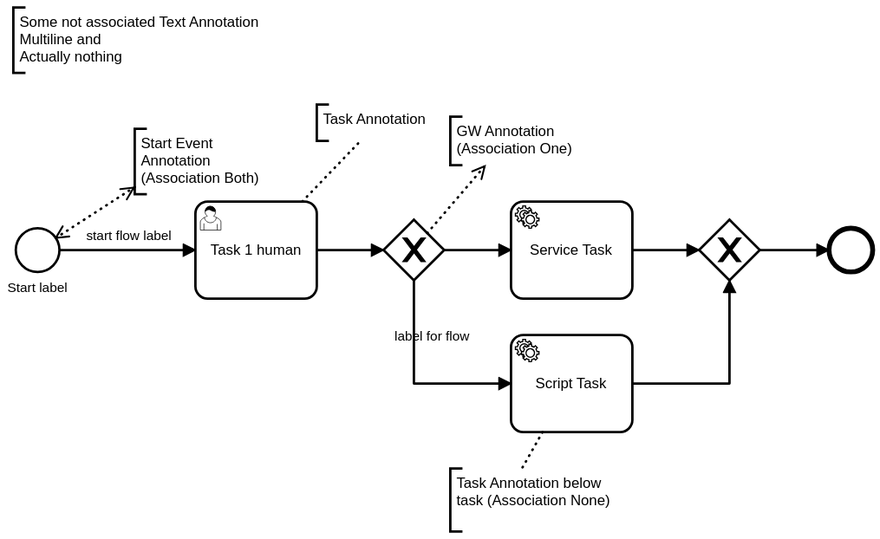
process-analytics/bpmn-visualization-examples keeps this BPMN diagram as bpmn-files/text_annotations__bpmnio.svg. Above is the earlier version. Its source is kept beside it as bpmn-files/text_annotations__bpmnio.bpmn. Ids are renumbered. Source of this version:
```xml
<bpmn:definitions xmlns:xsi="http://www.w3.org/2001/XMLSchema-instance" xmlns:bpmn="http://www.omg.org/spec/BPMN/20100524/MODEL" xmlns:bpmndi="http://www.omg.org/spec/BPMN/20100524/DI" xmlns:dc="http://www.omg.org/spec/DD/20100524/DC" xmlns:di="http://www.omg.org/spec/DD/20100524/DI" id="Definitions_n1" targetNamespace="http://bpmn.io/schema/bpmn" exporter="bpmn-js (https://demo.bpmn.io)" exporterVersion="7.2.0">
  <bpmn:process id="Process_n2" isExecutable="false">
    <bpmn:startEvent id="StartEvent_n3" name="Start label">
      <bpmn:outgoing>Flow_n4</bpmn:outgoing>
    </bpmn:startEvent>
    <bpmn:sequenceFlow id="Flow_n4" name="start flow label" sourceRef="StartEvent_n3" targetRef="Activity_n5" />
    <bpmn:exclusiveGateway id="Gateway_n6">
      <bpmn:incoming>Flow_n7</bpmn:incoming>
      <bpmn:outgoing>Flow_n8</bpmn:outgoing>
      <bpmn:outgoing>Flow_n9</bpmn:outgoing>
    </bpmn:exclusiveGateway>
    <bpmn:sequenceFlow id="Flow_n7" sourceRef="Activity_n5" targetRef="Gateway_n6" />
    <bpmn:sequenceFlow id="Flow_n8" sourceRef="Gateway_n6" targetRef="Activity_n10" />
    <bpmn:sequenceFlow id="Flow_n9" name="label for flow" sourceRef="Gateway_n6" targetRef="Activity_n11" />
    <bpmn:exclusiveGateway id="Gateway_n12">
      <bpmn:incoming>Flow_n13</bpmn:incoming>
      <bpmn:incoming>Flow_n14</bpmn:incoming>
      <bpmn:outgoing>Flow_n15</bpmn:outgoing>
    </bpmn:exclusiveGateway>
    <bpmn:sequenceFlow id="Flow_n13" sourceRef="Activity_n11" targetRef="Gateway_n12" />
    <bpmn:sequenceFlow id="Flow_n14" sourceRef="Activity_n10" targetRef="Gateway_n12" />
    <bpmn:endEvent id="Event_n16">
      <bpmn:incoming>Flow_n15</bpmn:incoming>
    </bpmn:endEvent>
    <bpmn:sequenceFlow id="Flow_n15" sourceRef="Gateway_n12" targetRef="Event_n16" />
    <bpmn:userTask id="Activity_n5" name="Task 1 human">
      <bpmn:incoming>Flow_n4</bpmn:incoming>
      <bpmn:outgoing>Flow_n7</bpmn:outgoing>
    </bpmn:userTask>
    <bpmn:serviceTask id="Activity_n10" name="Service Task">
      <bpmn:incoming>Flow_n8</bpmn:incoming>
      <bpmn:outgoing>Flow_n14</bpmn:outgoing>
    </bpmn:serviceTask>
    <bpmn:serviceTask id="Activity_n11" name="Script Task">
      <bpmn:incoming>Flow_n9</bpmn:incoming>
      <bpmn:outgoing>Flow_n13</bpmn:outgoing>
    </bpmn:serviceTask>
    <bpmn:textAnnotation id="TextAnnotation_n17">
      <bpmn:text>Task Annotation</bpmn:text>
    </bpmn:textAnnotation>
    <bpmn:association id="Association_n18" sourceRef="Activity_n5" targetRef="TextAnnotation_n17" />
    <bpmn:textAnnotation id="TextAnnotation_n19">
      <bpmn:text>Some not associated Text Annotation
Multiline and
Actually nothing</bpmn:text>
    </bpmn:textAnnotation>
    <bpmn:textAnnotation id="TextAnnotation_n20">
      <bpmn:text>Start Event Annotation (Association Both)</bpmn:text>
    </bpmn:textAnnotation>
    <bpmn:association id="Association_n21" associationDirection="Both" sourceRef="StartEvent_n3" targetRef="TextAnnotation_n20" />
    <bpmn:textAnnotation id="TextAnnotation_n22">
      <bpmn:text>GW Annotation (Association One)</bpmn:text>
    </bpmn:textAnnotation>
    <bpmn:association id="Association_n23" associationDirection="One" sourceRef="Gateway_n6" targetRef="TextAnnotation_n22" />
    <bpmn:textAnnotation id="TextAnnotation_n24">
      <bpmn:text>Task Annotation below task (Association None)</bpmn:text>
    </bpmn:textAnnotation>
    <bpmn:association id="Association_n25" associationDirection="None" sourceRef="Activity_n11" targetRef="TextAnnotation_n24" />
  </bpmn:process>
  <bpmndi:BPMNDiagram id="BPMNDiagram_1">
    <bpmndi:BPMNPlane id="BPMNPlane_1" bpmnElement="Process_n2">
      <bpmndi:BPMNEdge id="Flow_n15_di" bpmnElement="Flow_n15">
        <di:waypoint x="795" y="280" />
        <di:waypoint x="852" y="280" />
      </bpmndi:BPMNEdge>
      <bpmndi:BPMNEdge id="Flow_n14_di" bpmnElement="Flow_n14">
        <di:waypoint x="690" y="280" />
        <di:waypoint x="745" y="280" />
      </bpmndi:BPMNEdge>
      <bpmndi:BPMNEdge id="Flow_n13_di" bpmnElement="Flow_n13">
        <di:waypoint x="690" y="390" />
        <di:waypoint x="770" y="390" />
        <di:waypoint x="770" y="305" />
      </bpmndi:BPMNEdge>
      <bpmndi:BPMNEdge id="Flow_n9_di" bpmnElement="Flow_n9">
        <di:waypoint x="510" y="305" />
        <di:waypoint x="510" y="390" />
        <di:waypoint x="590" y="390" />
        <bpmndi:BPMNLabel>
          <dc:Bounds x="494" y="345" width="63" height="14" />
        </bpmndi:BPMNLabel>
      </bpmndi:BPMNEdge>
      <bpmndi:BPMNEdge id="Flow_n8_di" bpmnElement="Flow_n8">
        <di:waypoint x="535" y="280" />
        <di:waypoint x="590" y="280" />
      </bpmndi:BPMNEdge>
      <bpmndi:BPMNEdge id="Flow_n7_di" bpmnElement="Flow_n7">
        <di:waypoint x="430" y="280" />
        <di:waypoint x="485" y="280" />
      </bpmndi:BPMNEdge>
      <bpmndi:BPMNEdge id="Flow_n4_di" bpmnElement="Flow_n4">
        <di:waypoint x="218" y="280" />
        <di:waypoint x="330" y="280" />
        <bpmndi:BPMNLabel>
          <dc:Bounds x="240" y="262" width="71" height="14" />
        </bpmndi:BPMNLabel>
      </bpmndi:BPMNEdge>
      <bpmndi:BPMNShape id="_BPMNShape_StartEvent_2" bpmnElement="StartEvent_n3">
        <dc:Bounds x="182" y="262" width="36" height="36" />
        <bpmndi:BPMNLabel>
          <dc:Bounds x="175" y="305" width="51" height="14" />
        </bpmndi:BPMNLabel>
      </bpmndi:BPMNShape>
      <bpmndi:BPMNShape id="Gateway_n6_di" bpmnElement="Gateway_n6" isMarkerVisible="true">
        <dc:Bounds x="485" y="255" width="50" height="50" />
      </bpmndi:BPMNShape>
      <bpmndi:BPMNShape id="Gateway_n12_di" bpmnElement="Gateway_n12" isMarkerVisible="true">
        <dc:Bounds x="745" y="255" width="50" height="50" />
      </bpmndi:BPMNShape>
      <bpmndi:BPMNShape id="Event_n16_di" bpmnElement="Event_n16">
        <dc:Bounds x="852" y="262" width="36" height="36" />
      </bpmndi:BPMNShape>
      <bpmndi:BPMNShape id="Activity_0t5qu2v_di" bpmnElement="Activity_n5">
        <dc:Bounds x="330" y="240" width="100" height="80" />
      </bpmndi:BPMNShape>
      <bpmndi:BPMNShape id="Activity_0w6jspq_di" bpmnElement="Activity_n10">
        <dc:Bounds x="590" y="240" width="100" height="80" />
      </bpmndi:BPMNShape>
      <bpmndi:BPMNShape id="Activity_07ukzs4_di" bpmnElement="Activity_n11">
        <dc:Bounds x="590" y="350" width="100" height="80" />
      </bpmndi:BPMNShape>
      <bpmndi:BPMNShape id="TextAnnotation_n17_di" bpmnElement="TextAnnotation_n17">
        <dc:Bounds x="430" y="160" width="100" height="30" />
      </bpmndi:BPMNShape>
      <bpmndi:BPMNShape id="TextAnnotation_n19_di" bpmnElement="TextAnnotation_n19">
        <dc:Bounds x="180" y="80" width="270" height="54" />
      </bpmndi:BPMNShape>
      <bpmndi:BPMNShape id="TextAnnotation_n20_di" bpmnElement="TextAnnotation_n20">
        <dc:Bounds x="280" y="180" width="123" height="54" />
      </bpmndi:BPMNShape>
      <bpmndi:BPMNShape id="TextAnnotation_n22_di" bpmnElement="TextAnnotation_n22">
        <dc:Bounds x="540" y="170" width="127" height="40" />
      </bpmndi:BPMNShape>
      <bpmndi:BPMNShape id="TextAnnotation_n24_di" bpmnElement="TextAnnotation_n24">
        <dc:Bounds x="540" y="460" width="145" height="52" />
      </bpmndi:BPMNShape>
      <bpmndi:BPMNEdge id="Association_n18_di" bpmnElement="Association_n18">
        <di:waypoint x="418" y="240" />
        <di:waypoint x="466" y="190" />
      </bpmndi:BPMNEdge>
      <bpmndi:BPMNEdge id="Association_n21_di" bpmnElement="Association_n21">
        <di:waypoint x="215" y="270" />
        <di:waypoint x="280" y="228" />
      </bpmndi:BPMNEdge>
      <bpmndi:BPMNEdge id="Association_n23_di" bpmnElement="Association_n23">
        <di:waypoint x="521" y="266" />
        <di:waypoint x="569" y="210" />
      </bpmndi:BPMNEdge>
      <bpmndi:BPMNEdge id="Association_n25_di" bpmnElement="Association_n25">
        <di:waypoint x="616" y="430" />
        <di:waypoint x="599" y="460" />
      </bpmndi:BPMNEdge>
    </bpmndi:BPMNPlane>
  </bpmndi:BPMNDiagram>
</bpmn:definitions>
```
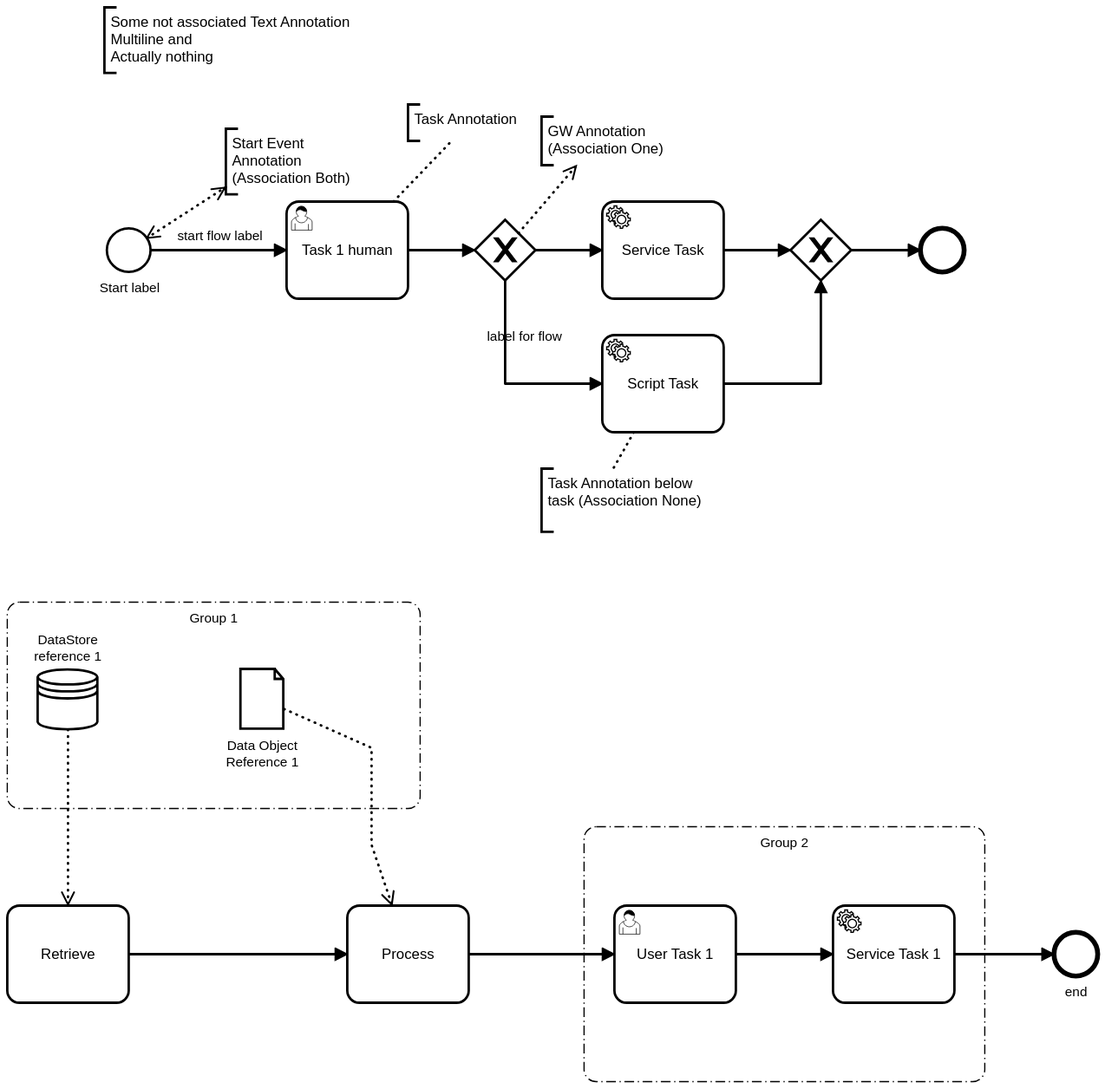
Later version of the same file.

Commit message:
merge artifacts and datastore elements in the same diagram

What changed in the source:
```diff
@@ -1,4 +1,4 @@
-<bpmn:definitions xmlns:xsi="http://www.w3.org/2001/XMLSchema-instance" xmlns:bpmn="http://www.omg.org/spec/BPMN/20100524/MODEL" xmlns:bpmndi="http://www.omg.org/spec/BPMN/20100524/DI" xmlns:dc="http://www.omg.org/spec/DD/20100524/DC" xmlns:di="http://www.omg.org/spec/DD/20100524/DI" id="Definitions_n1" targetNamespace="http://bpmn.io/schema/bpmn" exporter="bpmn-js (https://demo.bpmn.io)" exporterVersion="7.2.0">
+<bpmn:definitions xmlns:bpmn="http://www.omg.org/spec/BPMN/20100524/MODEL" xmlns:bpmndi="http://www.omg.org/spec/BPMN/20100524/DI" xmlns:dc="http://www.omg.org/spec/DD/20100524/DC" xmlns:di="http://www.omg.org/spec/DD/20100524/DI" id="Definitions_n1" targetNamespace="http://bpmn.io/schema/bpmn" exporter="bpmn-js (https://demo.bpmn.io)" exporterVersion="7.3.0">
   <bpmn:process id="Process_n2" isExecutable="false">
     <bpmn:startEvent id="StartEvent_n3" name="Start label">
       <bpmn:outgoing>Flow_n4</bpmn:outgoing>
@@ -35,6 +35,49 @@
       <bpmn:incoming>Flow_n9</bpmn:incoming>
       <bpmn:outgoing>Flow_n13</bpmn:outgoing>
     </bpmn:serviceTask>
+    <bpmn:startEvent id="StartEvent_1" name="start">
+      <bpmn:outgoing>Flow_n26</bpmn:outgoing>
+    </bpmn:startEvent>
+    <bpmn:task id="Activity_n27" name="Retrieve">
+      <bpmn:incoming>Flow_n26</bpmn:incoming>
+      <bpmn:outgoing>Flow_n28</bpmn:outgoing>
+      <bpmn:property id="Property_n29" name="__targetRef_placeholder" />
+      <bpmn:dataInputAssociation id="DataInputAssociation_n30">
+        <bpmn:sourceRef>DataStoreReference_n31</bpmn:sourceRef>
+        <bpmn:targetRef>Property_n29</bpmn:targetRef>
+      </bpmn:dataInputAssociation>
+      <bpmn:dataOutputAssociation>
+        <bpmn:targetRef>DataObjectReference_n32</bpmn:targetRef>
+      </bpmn:dataOutputAssociation>
+    </bpmn:task>
+    <bpmn:sequenceFlow id="Flow_n26" sourceRef="StartEvent_1" targetRef="Activity_n27" />
+    <bpmn:task id="Activity_n33" name="Process">
+      <bpmn:incoming>Flow_n28</bpmn:incoming>
+      <bpmn:outgoing>Flow_n34</bpmn:outgoing>
+      <bpmn:property id="Property_n35" name="__targetRef_placeholder" />
+      <bpmn:dataInputAssociation id="DataInputAssociation_n36">
+        <bpmn:sourceRef>DataObjectReference_n32</bpmn:sourceRef>
+        <bpmn:targetRef>Property_n35</bpmn:targetRef>
+      </bpmn:dataInputAssociation>
+    </bpmn:task>
+    <bpmn:sequenceFlow id="Flow_n28" sourceRef="Activity_n27" targetRef="Activity_n33" />
+    <bpmn:dataStoreReference id="DataStoreReference_n31" name="DataStore reference 1" />
+    <bpmn:dataObjectReference id="DataObjectReference_n32" name="Data Object Reference 1" dataObjectRef="DataObject_n37" />
+    <bpmn:dataObject id="DataObject_n37" />
+    <bpmn:sequenceFlow id="Flow_n34" sourceRef="Activity_n33" targetRef="Activity_n38" />
+    <bpmn:userTask id="Activity_n38" name="User Task 1">
+      <bpmn:incoming>Flow_n34</bpmn:incoming>
+      <bpmn:outgoing>Flow_n39</bpmn:outgoing>
+    </bpmn:userTask>
+    <bpmn:sequenceFlow id="Flow_n39" sourceRef="Activity_n38" targetRef="Activity_n40" />
+    <bpmn:endEvent id="Event_n41" name="end">
+      <bpmn:incoming>Flow_n42</bpmn:incoming>
+    </bpmn:endEvent>
+    <bpmn:sequenceFlow id="Flow_n42" sourceRef="Activity_n40" targetRef="Event_n41" />
+    <bpmn:serviceTask id="Activity_n40" name="Service Task 1">
+      <bpmn:incoming>Flow_n39</bpmn:incoming>
+      <bpmn:outgoing>Flow_n42</bpmn:outgoing>
+    </bpmn:serviceTask>
     <bpmn:textAnnotation id="TextAnnotation_n17">
       <bpmn:text>Task Annotation</bpmn:text>
     </bpmn:textAnnotation>
@@ -56,99 +99,175 @@
       <bpmn:text>Task Annotation below task (Association None)</bpmn:text>
     </bpmn:textAnnotation>
     <bpmn:association id="Association_n25" associationDirection="None" sourceRef="Activity_n11" targetRef="TextAnnotation_n24" />
+    <bpmn:group id="Group_n43" categoryValueRef="CategoryValue_n44" />
+    <bpmn:group id="Group_n45" categoryValueRef="CategoryValue_n46" />
   </bpmn:process>
+  <bpmn:category id="Category_n47">
+    <bpmn:categoryValue id="CategoryValue_n46" value="Group 1" />
+  </bpmn:category>
+  <bpmn:category id="Category_n48">
+    <bpmn:categoryValue id="CategoryValue_n44" value="Group 2" />
+  </bpmn:category>
   <bpmndi:BPMNDiagram id="BPMNDiagram_1">
     <bpmndi:BPMNPlane id="BPMNPlane_1" bpmnElement="Process_n2">
+      <bpmndi:BPMNEdge id="Flow_n42_di" bpmnElement="Flow_n42">
+        <di:waypoint x="940" y="860" />
+        <di:waypoint x="1022" y="860" />
+      </bpmndi:BPMNEdge>
+      <bpmndi:BPMNEdge id="Flow_n39_di" bpmnElement="Flow_n39">
+        <di:waypoint x="760" y="860" />
+        <di:waypoint x="840" y="860" />
+      </bpmndi:BPMNEdge>
+      <bpmndi:BPMNEdge id="Flow_n34_di" bpmnElement="Flow_n34">
+        <di:waypoint x="540" y="860" />
+        <di:waypoint x="660" y="860" />
+      </bpmndi:BPMNEdge>
+      <bpmndi:BPMNEdge id="Flow_n28_di" bpmnElement="Flow_n28">
+        <di:waypoint x="260" y="860" />
+        <di:waypoint x="440" y="860" />
+      </bpmndi:BPMNEdge>
       <bpmndi:BPMNEdge id="Flow_n15_di" bpmnElement="Flow_n15">
-        <di:waypoint x="795" y="280" />
-        <di:waypoint x="852" y="280" />
+        <di:waypoint x="855" y="280" />
+        <di:waypoint x="912" y="280" />
       </bpmndi:BPMNEdge>
       <bpmndi:BPMNEdge id="Flow_n14_di" bpmnElement="Flow_n14">
-        <di:waypoint x="690" y="280" />
-        <di:waypoint x="745" y="280" />
+        <di:waypoint x="750" y="280" />
+        <di:waypoint x="805" y="280" />
       </bpmndi:BPMNEdge>
       <bpmndi:BPMNEdge id="Flow_n13_di" bpmnElement="Flow_n13">
-        <di:waypoint x="690" y="390" />
-        <di:waypoint x="770" y="390" />
-        <di:waypoint x="770" y="305" />
+        <di:waypoint x="750" y="390" />
+        <di:waypoint x="830" y="390" />
+        <di:waypoint x="830" y="305" />
       </bpmndi:BPMNEdge>
       <bpmndi:BPMNEdge id="Flow_n9_di" bpmnElement="Flow_n9">
-        <di:waypoint x="510" y="305" />
-        <di:waypoint x="510" y="390" />
-        <di:waypoint x="590" y="390" />
+        <di:waypoint x="570" y="305" />
+        <di:waypoint x="570" y="390" />
+        <di:waypoint x="650" y="390" />
         <bpmndi:BPMNLabel>
-          <dc:Bounds x="494" y="345" width="63" height="14" />
+          <dc:Bounds x="555" y="345" width="62" height="14" />
         </bpmndi:BPMNLabel>
       </bpmndi:BPMNEdge>
       <bpmndi:BPMNEdge id="Flow_n8_di" bpmnElement="Flow_n8">
-        <di:waypoint x="535" y="280" />
-        <di:waypoint x="590" y="280" />
+        <di:waypoint x="595" y="280" />
+        <di:waypoint x="650" y="280" />
       </bpmndi:BPMNEdge>
       <bpmndi:BPMNEdge id="Flow_n7_di" bpmnElement="Flow_n7">
-        <di:waypoint x="430" y="280" />
-        <di:waypoint x="485" y="280" />
+        <di:waypoint x="490" y="280" />
+        <di:waypoint x="545" y="280" />
       </bpmndi:BPMNEdge>
       <bpmndi:BPMNEdge id="Flow_n4_di" bpmnElement="Flow_n4">
-        <di:waypoint x="218" y="280" />
-        <di:waypoint x="330" y="280" />
+        <di:waypoint x="278" y="280" />
+        <di:waypoint x="390" y="280" />
         <bpmndi:BPMNLabel>
-          <dc:Bounds x="240" y="262" width="71" height="14" />
+          <dc:Bounds x="300" y="262" width="71" height="14" />
         </bpmndi:BPMNLabel>
       </bpmndi:BPMNEdge>
       <bpmndi:BPMNShape id="_BPMNShape_StartEvent_2" bpmnElement="StartEvent_n3">
-        <dc:Bounds x="182" y="262" width="36" height="36" />
+        <dc:Bounds x="242" y="262" width="36" height="36" />
         <bpmndi:BPMNLabel>
-          <dc:Bounds x="175" y="305" width="51" height="14" />
+          <dc:Bounds x="236" y="305" width="50" height="14" />
         </bpmndi:BPMNLabel>
       </bpmndi:BPMNShape>
       <bpmndi:BPMNShape id="Gateway_n6_di" bpmnElement="Gateway_n6" isMarkerVisible="true">
-        <dc:Bounds x="485" y="255" width="50" height="50" />
+        <dc:Bounds x="545" y="255" width="50" height="50" />
       </bpmndi:BPMNShape>
       <bpmndi:BPMNShape id="Gateway_n12_di" bpmnElement="Gateway_n12" isMarkerVisible="true">
-        <dc:Bounds x="745" y="255" width="50" height="50" />
+        <dc:Bounds x="805" y="255" width="50" height="50" />
       </bpmndi:BPMNShape>
       <bpmndi:BPMNShape id="Event_n16_di" bpmnElement="Event_n16">
-        <dc:Bounds x="852" y="262" width="36" height="36" />
+        <dc:Bounds x="912" y="262" width="36" height="36" />
       </bpmndi:BPMNShape>
       <bpmndi:BPMNShape id="Activity_0t5qu2v_di" bpmnElement="Activity_n5">
-        <dc:Bounds x="330" y="240" width="100" height="80" />
+        <dc:Bounds x="390" y="240" width="100" height="80" />
       </bpmndi:BPMNShape>
       <bpmndi:BPMNShape id="Activity_0w6jspq_di" bpmnElement="Activity_n10">
-        <dc:Bounds x="590" y="240" width="100" height="80" />
+        <dc:Bounds x="650" y="240" width="100" height="80" />
       </bpmndi:BPMNShape>
       <bpmndi:BPMNShape id="Activity_07ukzs4_di" bpmnElement="Activity_n11">
-        <dc:Bounds x="590" y="350" width="100" height="80" />
+        <dc:Bounds x="650" y="350" width="100" height="80" />
+      </bpmndi:BPMNShape>
+      <bpmndi:BPMNShape id="Activity_n27_di" bpmnElement="Activity_n27">
+        <dc:Bounds x="160" y="820" width="100" height="80" />
+      </bpmndi:BPMNShape>
+      <bpmndi:BPMNShape id="Activity_n33_di" bpmnElement="Activity_n33">
+        <dc:Bounds x="440" y="820" width="100" height="80" />
+      </bpmndi:BPMNShape>
+      <bpmndi:BPMNShape id="DataStoreReference_n31_di" bpmnElement="DataStoreReference_n31">
+        <dc:Bounds x="185" y="625" width="50" height="50" />
+        <bpmndi:BPMNLabel>
+          <dc:Bounds x="182" y="595" width="56" height="27" />
+        </bpmndi:BPMNLabel>
+      </bpmndi:BPMNShape>
+      <bpmndi:BPMNShape id="DataObjectReference_n32_di" bpmnElement="DataObjectReference_n32">
+        <dc:Bounds x="352" y="625" width="36" height="50" />
+        <bpmndi:BPMNLabel>
+          <dc:Bounds x="340" y="682" width="60" height="27" />
+        </bpmndi:BPMNLabel>
+      </bpmndi:BPMNShape>
+      <bpmndi:BPMNShape id="Activity_02kjj3e_di" bpmnElement="Activity_n38">
+        <dc:Bounds x="660" y="820" width="100" height="80" />
+      </bpmndi:BPMNShape>
+      <bpmndi:BPMNShape id="Event_n41_di" bpmnElement="Event_n41">
+        <dc:Bounds x="1022" y="842" width="36" height="36" />
+        <bpmndi:BPMNLabel>
+          <dc:Bounds x="1031" y="885" width="19" height="14" />
+        </bpmndi:BPMNLabel>
+      </bpmndi:BPMNShape>
+      <bpmndi:BPMNShape id="Activity_117qbwk_di" bpmnElement="Activity_n40">
+        <dc:Bounds x="840" y="820" width="100" height="80" />
       </bpmndi:BPMNShape>
       <bpmndi:BPMNShape id="TextAnnotation_n17_di" bpmnElement="TextAnnotation_n17">
-        <dc:Bounds x="430" y="160" width="100" height="30" />
+        <dc:Bounds x="490" y="160" width="100" height="30" />
       </bpmndi:BPMNShape>
       <bpmndi:BPMNShape id="TextAnnotation_n19_di" bpmnElement="TextAnnotation_n19">
-        <dc:Bounds x="180" y="80" width="270" height="54" />
+        <dc:Bounds x="240" y="80" width="270" height="54" />
       </bpmndi:BPMNShape>
       <bpmndi:BPMNShape id="TextAnnotation_n20_di" bpmnElement="TextAnnotation_n20">
-        <dc:Bounds x="280" y="180" width="123" height="54" />
+        <dc:Bounds x="340" y="180" width="123" height="54" />
       </bpmndi:BPMNShape>
       <bpmndi:BPMNShape id="TextAnnotation_n22_di" bpmnElement="TextAnnotation_n22">
-        <dc:Bounds x="540" y="170" width="127" height="40" />
+        <dc:Bounds x="600" y="170" width="127" height="40" />
       </bpmndi:BPMNShape>
       <bpmndi:BPMNShape id="TextAnnotation_n24_di" bpmnElement="TextAnnotation_n24">
-        <dc:Bounds x="540" y="460" width="145" height="52" />
+        <dc:Bounds x="600" y="460" width="145" height="52" />
       </bpmndi:BPMNShape>
+      <bpmndi:BPMNShape id="Group_n43_di" bpmnElement="Group_n43">
+        <dc:Bounds x="635" y="755" width="330" height="210" />
+        <bpmndi:BPMNLabel>
+          <dc:Bounds x="780" y="762" width="40" height="14" />
+        </bpmndi:BPMNLabel>
+      </bpmndi:BPMNShape>
+      <bpmndi:BPMNShape id="Group_n45_di" bpmnElement="Group_n45">
+        <dc:Bounds x="160" y="570" width="340" height="170" />
+        <bpmndi:BPMNLabel>
+          <dc:Bounds x="310" y="577" width="40" height="14" />
+        </bpmndi:BPMNLabel>
+      </bpmndi:BPMNShape>
+      <bpmndi:BPMNEdge id="DataInputAssociation_n30_di" bpmnElement="DataInputAssociation_n30">
+        <di:waypoint x="210" y="675" />
+        <di:waypoint x="210" y="820" />
+      </bpmndi:BPMNEdge>
+      <bpmndi:BPMNEdge id="DataInputAssociation_n36_di" bpmnElement="DataInputAssociation_n36">
+        <di:waypoint x="388" y="658" />
+        <di:waypoint x="460" y="690" />
+        <di:waypoint x="460" y="770" />
+        <di:waypoint x="477" y="820" />
+      </bpmndi:BPMNEdge>
       <bpmndi:BPMNEdge id="Association_n18_di" bpmnElement="Association_n18">
-        <di:waypoint x="418" y="240" />
-        <di:waypoint x="466" y="190" />
+        <di:waypoint x="478" y="240" />
+        <di:waypoint x="526" y="190" />
       </bpmndi:BPMNEdge>
       <bpmndi:BPMNEdge id="Association_n21_di" bpmnElement="Association_n21">
-        <di:waypoint x="215" y="270" />
-        <di:waypoint x="280" y="228" />
+        <di:waypoint x="275" y="270" />
+        <di:waypoint x="340" y="228" />
       </bpmndi:BPMNEdge>
       <bpmndi:BPMNEdge id="Association_n23_di" bpmnElement="Association_n23">
-        <di:waypoint x="521" y="266" />
-        <di:waypoint x="569" y="210" />
+        <di:waypoint x="581" y="266" />
+        <di:waypoint x="629" y="210" />
       </bpmndi:BPMNEdge>
       <bpmndi:BPMNEdge id="Association_n25_di" bpmnElement="Association_n25">
-        <di:waypoint x="616" y="430" />
-        <di:waypoint x="599" y="460" />
+        <di:waypoint x="676" y="430" />
+        <di:waypoint x="659" y="460" />
       </bpmndi:BPMNEdge>
     </bpmndi:BPMNPlane>
   </bpmndi:BPMNDiagram>
```
